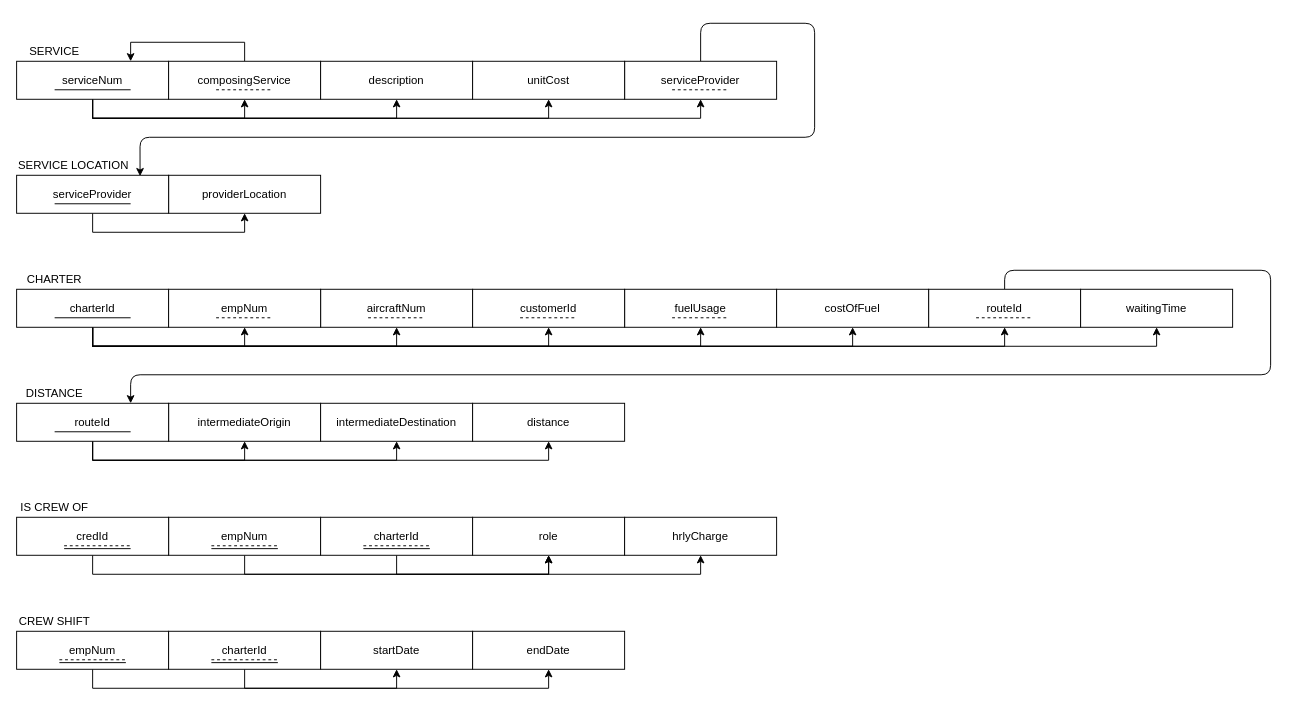
Before: page "Version 2" (2 of 2) of Assignments/Assignment_Code/A3/Relational_Diagram.drawio in vilavpolara/COMP2521_Labs_Assignments, a draw.io diagram. Source tidied: cells renumbered, new cells numbered last; positions are measured from the earlier drawing's top-left corner, leaving out a move shared by most shapes. Both pictures are drawn from the tidied source at 95%, with x=0, y=0 at pixel (16, 23).
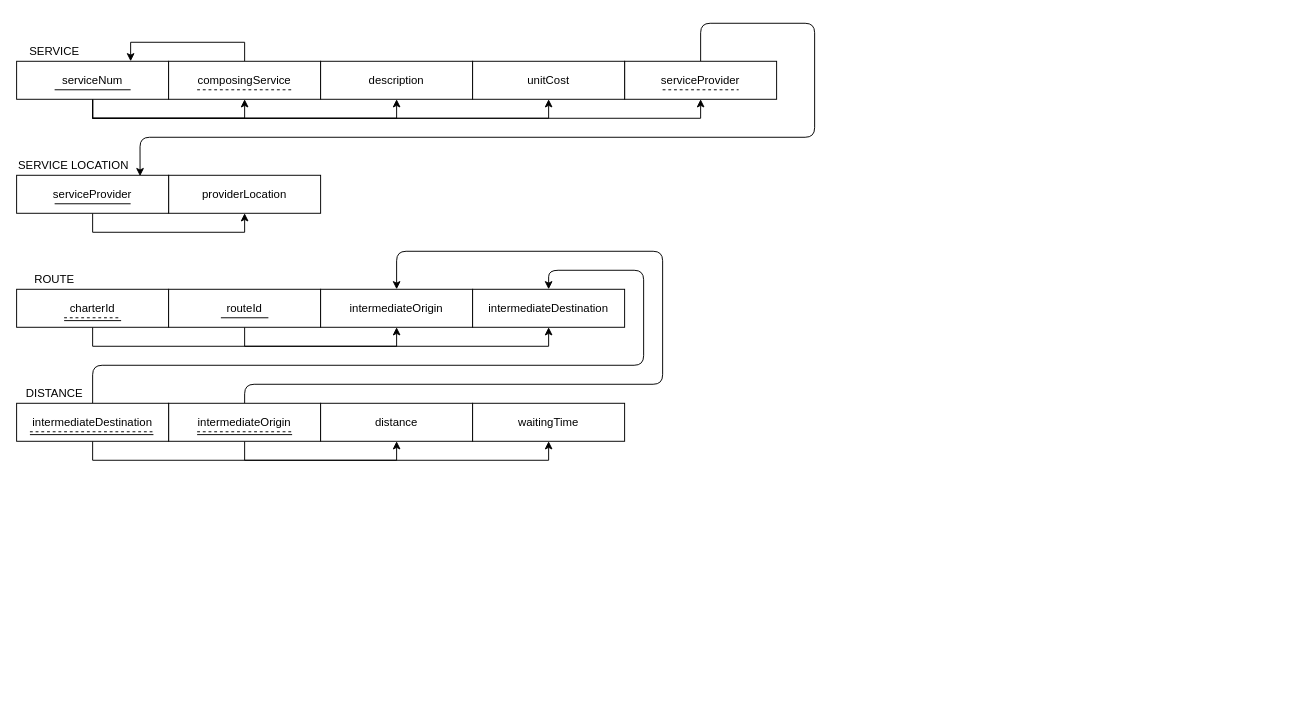
The same diagram, later.

Change to the diagram source:
```diff
@@
     <mxCell id="10" style="endArrow=none;dashed=1;html=1;rounded=0;" parent="1" edge="1">
       <mxGeometry relative="1" as="geometry">
-        <mxPoint x="210" y="70" as="sourcePoint" />
-        <mxPoint x="270" y="70" as="targetPoint" />
+        <mxPoint x="190" y="70" as="sourcePoint" />
+        <mxPoint x="290" y="70" as="targetPoint" />
       </mxGeometry>
     </mxCell>
@@
-    <mxCell id="16" style="edgeStyle=orthogonalEdgeStyle;rounded=0;jettySize=auto;html=1;exitX=0.5;exitY=1;exitDx=0;exitDy=0;entryX=0.5;entryY=1;entryDx=0;entryDy=0;" parent="1" edge="1" source="23" target="30">
-      <mxGeometry relative="1" as="geometry">
-        <Array as="points">
-          <mxPoint x="80" y="340" />
-          <mxPoint x="240" y="340" />
-        </Array>
-      </mxGeometry>
-    </mxCell>
-    <mxCell id="17" style="edgeStyle=orthogonalEdgeStyle;rounded=0;jettySize=auto;html=1;exitX=0.5;exitY=1;exitDx=0;exitDy=0;entryX=0.5;entryY=1;entryDx=0;entryDy=0;" parent="1" edge="1" source="23" target="28">
-      <mxGeometry relative="1" as="geometry">
-        <Array as="points">
-          <mxPoint x="80" y="340" />
-          <mxPoint x="400" y="340" />
-        </Array>
-      </mxGeometry>
-    </mxCell>
-    <mxCell id="18" style="edgeStyle=orthogonalEdgeStyle;rounded=0;jettySize=auto;html=1;exitX=0.5;exitY=1;exitDx=0;exitDy=0;entryX=0.5;entryY=1;entryDx=0;entryDy=0;" parent="1" edge="1" source="23" target="33">
-      <mxGeometry relative="1" as="geometry">
-        <Array as="points">
-          <mxPoint x="80" y="340" />
-          <mxPoint x="560" y="340" />
-        </Array>
-      </mxGeometry>
-    </mxCell>
-    <mxCell id="19" style="edgeStyle=orthogonalEdgeStyle;rounded=0;jettySize=auto;html=1;exitX=0.5;exitY=1;exitDx=0;exitDy=0;entryX=0.5;entryY=1;entryDx=0;entryDy=0;" parent="1" edge="1" source="23" target="24">
-      <mxGeometry relative="1" as="geometry">
-        <Array as="points">
-          <mxPoint x="80" y="340" />
-          <mxPoint x="720" y="340" />
-        </Array>
-      </mxGeometry>
-    </mxCell>
-    <mxCell id="20" style="edgeStyle=orthogonalEdgeStyle;rounded=0;jettySize=auto;html=1;exitX=0.5;exitY=1;exitDx=0;exitDy=0;entryX=0.5;entryY=1;entryDx=0;entryDy=0;" parent="1" edge="1" source="23" target="58">
-      <mxGeometry relative="1" as="geometry">
-        <Array as="points">
-          <mxPoint x="80" y="340" />
-          <mxPoint x="880" y="340" />
-        </Array>
-      </mxGeometry>
-    </mxCell>
-    <mxCell id="21" style="edgeStyle=orthogonalEdgeStyle;rounded=0;jettySize=auto;html=1;exitX=0.5;exitY=1;exitDx=0;exitDy=0;entryX=0.5;entryY=1;entryDx=0;entryDy=0;" parent="1" edge="1" source="23">
-      <mxGeometry relative="1" as="geometry">
-        <mxPoint x="1040" y="320" as="targetPoint" />
-        <Array as="points">
-          <mxPoint x="80" y="340" />
-          <mxPoint x="1040" y="340" />
-        </Array>
-      </mxGeometry>
-    </mxCell>
-    <mxCell id="22" style="edgeStyle=orthogonalEdgeStyle;rounded=0;jettySize=auto;html=1;exitX=0.5;exitY=1;exitDx=0;exitDy=0;entryX=0.5;entryY=1;entryDx=0;entryDy=0;" parent="1" edge="1" source="23" target="65">
-      <mxGeometry relative="1" as="geometry" />
-    </mxCell>
-    <mxCell id="23" value="charterId" style="rounded=0;whiteSpace=wrap;html=1;" parent="1" vertex="1">
-      <mxGeometry y="280" width="160" height="40" as="geometry" />
-    </mxCell>
-    <mxCell id="24" value="fuelUsage" style="rounded=0;whiteSpace=wrap;html=1;" parent="1" vertex="1">
-      <mxGeometry x="640" y="280" width="160" height="40" as="geometry" />
-    </mxCell>
-    <mxCell id="25" style="edgeStyle=orthogonalEdgeStyle;rounded=1;jettySize=auto;html=1;exitX=0.5;exitY=0;exitDx=0;exitDy=0;entryX=0.75;entryY=0;entryDx=0;entryDy=0;curved=0;" parent="1" edge="1" source="26" target="70">
-      <mxGeometry relative="1" as="geometry">
-        <Array as="points">
-          <mxPoint x="1040" y="260" />
-          <mxPoint x="1320" y="260" />
-          <mxPoint x="1320" y="370" />
-          <mxPoint x="120" y="370" />
-        </Array>
-      </mxGeometry>
-    </mxCell>
-    <mxCell id="26" value="routeId" style="rounded=0;whiteSpace=wrap;html=1;" parent="1" vertex="1">
-      <mxGeometry x="960" y="280" width="160" height="40" as="geometry" />
-    </mxCell>
-    <mxCell id="27" style="endArrow=none;html=1;rounded=0;strokeWidth=1;" parent="1" edge="1">
-      <mxGeometry relative="1" as="geometry">
-        <mxPoint x="40" y="310" as="sourcePoint" />
-        <mxPoint x="120" y="310" as="targetPoint" />
-      </mxGeometry>
-    </mxCell>
-    <mxCell id="28" value="aircraftNum" style="rounded=0;whiteSpace=wrap;html=1;" parent="1" vertex="1">
-      <mxGeometry x="320" y="280" width="160" height="40" as="geometry" />
-    </mxCell>
-    <mxCell id="29" style="endArrow=none;dashed=1;html=1;rounded=0;" parent="1" edge="1">
-      <mxGeometry relative="1" as="geometry">
-        <mxPoint x="370" y="310" as="sourcePoint" />
-        <mxPoint x="430" y="310" as="targetPoint" />
-      </mxGeometry>
-    </mxCell>
-    <mxCell id="30" value="empNum" style="rounded=0;whiteSpace=wrap;html=1;" parent="1" vertex="1">
-      <mxGeometry x="160" y="280" width="160" height="40" as="geometry" />
-    </mxCell>
-    <mxCell id="31" style="endArrow=none;dashed=1;html=1;rounded=0;" parent="1" edge="1">
-      <mxGeometry relative="1" as="geometry">
-        <mxPoint x="210" y="310" as="sourcePoint" />
-        <mxPoint x="270" y="310" as="targetPoint" />
-      </mxGeometry>
-    </mxCell>
-    <mxCell id="32" value="CHARTER" style="text;html=1;whiteSpace=wrap;strokeColor=none;fillColor=none;align=center;verticalAlign=middle;rounded=0;" parent="1" vertex="1">
-      <mxGeometry y="260" width="80" height="20" as="geometry" />
-    </mxCell>
-    <mxCell id="33" value="customerId" style="rounded=0;whiteSpace=wrap;html=1;" parent="1" vertex="1">
-      <mxGeometry x="480" y="280" width="160" height="40" as="geometry" />
-    </mxCell>
-    <mxCell id="34" style="endArrow=none;dashed=1;html=1;rounded=0;" parent="1" edge="1">
-      <mxGeometry relative="1" as="geometry">
-        <mxPoint x="530" y="310" as="sourcePoint" />
-        <mxPoint x="590" y="310" as="targetPoint" />
-      </mxGeometry>
-    </mxCell>
-    <mxCell id="35" style="edgeStyle=orthogonalEdgeStyle;rounded=0;jettySize=auto;html=1;exitX=0.5;exitY=1;exitDx=0;exitDy=0;entryX=0.5;entryY=1;entryDx=0;entryDy=0;" parent="1" edge="1" source="36" target="50">
-      <mxGeometry relative="1" as="geometry" />
-    </mxCell>
-    <mxCell id="36" value="empNum" style="rounded=0;whiteSpace=wrap;html=1;" parent="1" vertex="1">
-      <mxGeometry x="160" y="520" width="160" height="40" as="geometry" />
-    </mxCell>
-    <mxCell id="37" style="edgeStyle=orthogonalEdgeStyle;rounded=0;jettySize=auto;html=1;exitX=0.5;exitY=1;exitDx=0;exitDy=0;entryX=0.5;entryY=1;entryDx=0;entryDy=0;" parent="1" edge="1" source="38" target="50">
-      <mxGeometry relative="1" as="geometry" />
-    </mxCell>
-    <mxCell id="38" value="charterId" style="rounded=0;whiteSpace=wrap;html=1;" parent="1" vertex="1">
-      <mxGeometry x="320" y="520" width="160" height="40" as="geometry" />
-    </mxCell>
-    <mxCell id="39" style="edgeStyle=orthogonalEdgeStyle;rounded=0;jettySize=auto;html=1;exitX=0.5;exitY=1;exitDx=0;exitDy=0;entryX=0.5;entryY=1;entryDx=0;entryDy=0;" parent="1" edge="1" source="40" target="51">
-      <mxGeometry relative="1" as="geometry" />
-    </mxCell>
-    <mxCell id="40" value="credId" style="rounded=0;whiteSpace=wrap;html=1;" parent="1" vertex="1">
-      <mxGeometry y="520" width="160" height="40" as="geometry" />
-    </mxCell>
-    <mxCell id="41" style="group;" parent="1" vertex="1">
-      <mxGeometry x="205" y="550" width="70" height="3" as="geometry" />
-    </mxCell>
-    <mxCell id="42" style="endArrow=none;html=1;rounded=0;strokeWidth=1;" parent="41" edge="1">
-      <mxGeometry relative="1" as="geometry">
-        <mxPoint y="3" as="sourcePoint" />
-        <mxPoint x="70" y="3" as="targetPoint" />
-      </mxGeometry>
-    </mxCell>
-    <mxCell id="43" style="endArrow=none;dashed=1;html=1;rounded=0;" parent="41" edge="1">
-      <mxGeometry relative="1" as="geometry">
-        <mxPoint as="sourcePoint" />
-        <mxPoint x="70" as="targetPoint" />
-      </mxGeometry>
-    </mxCell>
-    <mxCell id="44" style="group;" parent="1" vertex="1">
-      <mxGeometry x="365" y="550" width="70" height="3" as="geometry" />
-    </mxCell>
-    <mxCell id="45" style="endArrow=none;html=1;rounded=0;strokeWidth=1;" parent="44" edge="1">
-      <mxGeometry relative="1" as="geometry">
-        <mxPoint y="3" as="sourcePoint" />
-        <mxPoint x="70" y="3" as="targetPoint" />
-      </mxGeometry>
-    </mxCell>
-    <mxCell id="46" style="endArrow=none;dashed=1;html=1;rounded=0;" parent="44" edge="1">
-      <mxGeometry relative="1" as="geometry">
-        <mxPoint as="sourcePoint" />
-        <mxPoint x="70" as="targetPoint" />
-      </mxGeometry>
-    </mxCell>
-    <mxCell id="47" style="group;" parent="1" vertex="1">
-      <mxGeometry x="50" y="550" width="70" height="3" as="geometry" />
-    </mxCell>
-    <mxCell id="48" style="endArrow=none;html=1;rounded=0;strokeWidth=1;" parent="47" edge="1">
-      <mxGeometry relative="1" as="geometry">
-        <mxPoint y="3" as="sourcePoint" />
-        <mxPoint x="70" y="3" as="targetPoint" />
-      </mxGeometry>
-    </mxCell>
-    <mxCell id="49" style="endArrow=none;dashed=1;html=1;rounded=0;" parent="47" edge="1">
-      <mxGeometry relative="1" as="geometry">
-        <mxPoint as="sourcePoint" />
-        <mxPoint x="70" as="targetPoint" />
-      </mxGeometry>
-    </mxCell>
-    <mxCell id="50" value="role" style="rounded=0;whiteSpace=wrap;html=1;" parent="1" vertex="1">
-      <mxGeometry x="480" y="520" width="160" height="40" as="geometry" />
-    </mxCell>
-    <mxCell id="51" value="hrlyCharge" style="rounded=0;whiteSpace=wrap;html=1;" parent="1" vertex="1">
-      <mxGeometry x="640" y="520" width="160" height="40" as="geometry" />
-    </mxCell>
-    <mxCell id="52" value="IS CREW OF" style="text;html=1;whiteSpace=wrap;strokeColor=none;fillColor=none;align=center;verticalAlign=middle;rounded=0;" parent="1" vertex="1">
-      <mxGeometry y="500" width="80" height="20" as="geometry" />
-    </mxCell>
@@
-    <mxCell id="58" value="costOfFuel" style="rounded=0;whiteSpace=wrap;html=1;" parent="1" vertex="1">
-      <mxGeometry x="800" y="280" width="160" height="40" as="geometry" />
-    </mxCell>
-    <mxCell id="59" value="intermediateOrigin" style="rounded=0;whiteSpace=wrap;html=1;" parent="1" vertex="1">
-      <mxGeometry x="160" y="400" width="160" height="40" as="geometry" />
-    </mxCell>
-    <mxCell id="60" value="intermediateDestination" style="rounded=0;whiteSpace=wrap;html=1;" parent="1" vertex="1">
-      <mxGeometry x="320" y="400" width="160" height="40" as="geometry" />
-    </mxCell>
+    <mxCell id="63" style="endArrow=none;dashed=1;html=1;rounded=0;" parent="1" edge="1">
+      <mxGeometry relative="1" as="geometry">
+        <mxPoint x="680" y="70" as="sourcePoint" />
+        <mxPoint x="760" y="70" as="targetPoint" />
+      </mxGeometry>
+    </mxCell>
+    <mxCell id="85" style="edgeStyle=orthogonalEdgeStyle;rounded=0;jettySize=auto;html=1;exitX=0.5;exitY=1;exitDx=0;exitDy=0;entryX=0.5;entryY=1;entryDx=0;entryDy=0;" parent="1" edge="1" source="86" target="89">
+      <mxGeometry relative="1" as="geometry">
+        <Array as="points">
+          <mxPoint x="80" y="340" />
+          <mxPoint x="400" y="340" />
+        </Array>
+      </mxGeometry>
+    </mxCell>
+    <mxCell id="86" value="charterId" style="rounded=0;whiteSpace=wrap;html=1;" parent="1" vertex="1">
+      <mxGeometry y="280" width="160" height="40" as="geometry" />
+    </mxCell>
+    <mxCell id="87" style="edgeStyle=orthogonalEdgeStyle;rounded=0;jettySize=auto;html=1;exitX=0.5;exitY=1;exitDx=0;exitDy=0;entryX=0.5;entryY=1;entryDx=0;entryDy=0;" parent="1" edge="1" source="88" target="90">
+      <mxGeometry relative="1" as="geometry">
+        <Array as="points">
+          <mxPoint x="240" y="340" />
+          <mxPoint x="560" y="340" />
+        </Array>
+      </mxGeometry>
+    </mxCell>
+    <mxCell id="88" value="routeId" style="rounded=0;whiteSpace=wrap;html=1;" parent="1" vertex="1">
+      <mxGeometry x="160" y="280" width="160" height="40" as="geometry" />
+    </mxCell>
+    <mxCell id="89" value="intermediateOrigin" style="rounded=0;whiteSpace=wrap;html=1;" parent="1" vertex="1">
+      <mxGeometry x="320" y="280" width="160" height="40" as="geometry" />
+    </mxCell>
+    <mxCell id="90" value="intermediateDestination" style="rounded=0;whiteSpace=wrap;html=1;" parent="1" vertex="1">
+      <mxGeometry x="480" y="280" width="160" height="40" as="geometry" />
+    </mxCell>
+    <mxCell id="91" style="group;" parent="1" vertex="1">
+      <mxGeometry x="50" y="310" width="60" height="3" as="geometry" />
+    </mxCell>
+    <mxCell id="92" style="endArrow=none;html=1;rounded=0;strokeWidth=1;" parent="91" edge="1">
+      <mxGeometry relative="1" as="geometry">
+        <mxPoint y="3" as="sourcePoint" />
+        <mxPoint x="60" y="3" as="targetPoint" />
+      </mxGeometry>
+    </mxCell>
+    <mxCell id="93" style="endArrow=none;dashed=1;html=1;rounded=0;" parent="91" edge="1">
+      <mxGeometry relative="1" as="geometry">
+        <mxPoint as="sourcePoint" />
+        <mxPoint x="60" as="targetPoint" />
+      </mxGeometry>
+    </mxCell>
+    <mxCell id="94" style="endArrow=none;html=1;rounded=0;strokeWidth=1;" parent="1" edge="1">
+      <mxGeometry relative="1" as="geometry">
+        <mxPoint x="215" y="310" as="sourcePoint" />
+        <mxPoint x="265" y="310" as="targetPoint" />
+      </mxGeometry>
+    </mxCell>
+    <mxCell id="95" value="ROUTE" style="text;html=1;whiteSpace=wrap;strokeColor=none;fillColor=none;align=center;verticalAlign=middle;rounded=0;" parent="1" vertex="1">
+      <mxGeometry y="260" width="80" height="20" as="geometry" />
+    </mxCell>
+    <mxCell id="62" value="DISTANCE" style="text;html=1;whiteSpace=wrap;strokeColor=none;fillColor=none;align=center;verticalAlign=middle;rounded=0;" parent="1" vertex="1">
+      <mxGeometry y="380" width="80" height="20" as="geometry" />
+    </mxCell>
+    <mxCell id="96" style="edgeStyle=orthogonalEdgeStyle;rounded=1;jettySize=auto;html=1;exitX=0.5;exitY=0;exitDx=0;exitDy=0;entryX=0.5;entryY=0;entryDx=0;entryDy=0;curved=0;" parent="1" edge="1" source="98" target="89">
+      <mxGeometry relative="1" as="geometry">
+        <Array as="points">
+          <mxPoint x="240" y="380" />
+          <mxPoint x="680" y="380" />
+          <mxPoint x="680" y="240" />
+          <mxPoint x="400" y="240" />
+        </Array>
+      </mxGeometry>
+    </mxCell>
+    <mxCell id="97" style="edgeStyle=orthogonalEdgeStyle;rounded=0;jettySize=auto;html=1;exitX=0.5;exitY=1;exitDx=0;exitDy=0;entryX=0.5;entryY=1;entryDx=0;entryDy=0;" parent="1" edge="1" source="98" target="65">
+      <mxGeometry relative="1" as="geometry" />
+    </mxCell>
+    <mxCell id="98" value="intermediateOrigin" style="rounded=0;whiteSpace=wrap;html=1;" parent="1" vertex="1">
+      <mxGeometry x="160" y="400" width="160" height="40" as="geometry" />
+    </mxCell>
+    <mxCell id="99" style="edgeStyle=orthogonalEdgeStyle;rounded=1;jettySize=auto;html=1;exitX=0.5;exitY=0;exitDx=0;exitDy=0;entryX=0.5;entryY=0;entryDx=0;entryDy=0;curved=0;" parent="1" edge="1" source="101" target="90">
+      <mxGeometry relative="1" as="geometry">
+        <Array as="points">
+          <mxPoint x="80" y="360" />
+          <mxPoint x="660" y="360" />
+          <mxPoint x="660" y="260" />
+          <mxPoint x="560" y="260" />
+        </Array>
+      </mxGeometry>
+    </mxCell>
+    <mxCell id="100" style="edgeStyle=orthogonalEdgeStyle;rounded=0;jettySize=auto;html=1;exitX=0.5;exitY=1;exitDx=0;exitDy=0;entryX=0.5;entryY=1;entryDx=0;entryDy=0;" parent="1" edge="1" source="101" target="61">
+      <mxGeometry relative="1" as="geometry" />
+    </mxCell>
+    <mxCell id="101" value="intermediateDestination" style="rounded=0;whiteSpace=wrap;html=1;" parent="1" vertex="1">
+      <mxGeometry y="400" width="160" height="40" as="geometry" />
+    </mxCell>
     <mxCell id="61" value="distance" style="rounded=0;whiteSpace=wrap;html=1;" parent="1" vertex="1">
-      <mxGeometry x="480" y="400" width="160" height="40" as="geometry" />
+      <mxGeometry x="320" y="400" width="160" height="40" as="geometry" />
     </mxCell>
-    <mxCell id="62" value="DISTANCE" style="text;html=1;whiteSpace=wrap;strokeColor=none;fillColor=none;align=center;verticalAlign=middle;rounded=0;" parent="1" vertex="1">
-      <mxGeometry y="380" width="80" height="20" as="geometry" />
-    </mxCell>
-    <mxCell id="63" style="endArrow=none;dashed=1;html=1;rounded=0;" parent="1" edge="1">
-      <mxGeometry relative="1" as="geometry">
-        <mxPoint x="690" y="70" as="sourcePoint" />
-        <mxPoint x="750" y="70" as="targetPoint" />
-      </mxGeometry>
-    </mxCell>
-    <mxCell id="64" style="endArrow=none;dashed=1;html=1;rounded=0;" parent="1" edge="1">
-      <mxGeometry relative="1" as="geometry">
-        <mxPoint x="690" y="310" as="sourcePoint" />
-        <mxPoint x="750" y="310" as="targetPoint" />
-      </mxGeometry>
-    </mxCell>
     <mxCell id="65" value="waitingTime" style="rounded=0;whiteSpace=wrap;html=1;" parent="1" vertex="1">
-      <mxGeometry x="1120" y="280" width="160" height="40" as="geometry" />
+      <mxGeometry x="480" y="400" width="160" height="40" as="geometry" />
     </mxCell>
-    <mxCell id="66" style="endArrow=none;dashed=1;html=1;rounded=0;" parent="1" edge="1">
-      <mxGeometry relative="1" as="geometry">
-        <mxPoint x="1010" y="310" as="sourcePoint" />
-        <mxPoint x="1070" y="310" as="targetPoint" />
-      </mxGeometry>
-    </mxCell>
-    <mxCell id="67" style="edgeStyle=orthogonalEdgeStyle;rounded=0;jettySize=auto;html=1;exitX=0.5;exitY=1;exitDx=0;exitDy=0;entryX=0.5;entryY=1;entryDx=0;entryDy=0;" parent="1" edge="1" source="70" target="59">
-      <mxGeometry relative="1" as="geometry" />
-    </mxCell>
-    <mxCell id="68" style="edgeStyle=orthogonalEdgeStyle;rounded=0;jettySize=auto;html=1;exitX=0.5;exitY=1;exitDx=0;exitDy=0;entryX=0.5;entryY=1;entryDx=0;entryDy=0;" parent="1" edge="1" source="70" target="60">
-      <mxGeometry relative="1" as="geometry" />
-    </mxCell>
-    <mxCell id="69" style="edgeStyle=orthogonalEdgeStyle;rounded=0;jettySize=auto;html=1;exitX=0.5;exitY=1;exitDx=0;exitDy=0;entryX=0.5;entryY=1;entryDx=0;entryDy=0;" parent="1" edge="1" source="70" target="61">
-      <mxGeometry relative="1" as="geometry" />
-    </mxCell>
-    <mxCell id="70" value="routeId" style="rounded=0;whiteSpace=wrap;html=1;" parent="1" vertex="1">
-      <mxGeometry y="400" width="160" height="40" as="geometry" />
-    </mxCell>
-    <mxCell id="71" style="endArrow=none;html=1;rounded=0;strokeWidth=1;" parent="1" edge="1">
-      <mxGeometry relative="1" as="geometry">
-        <mxPoint x="40" y="430" as="sourcePoint" />
-        <mxPoint x="120" y="430" as="targetPoint" />
-      </mxGeometry>
-    </mxCell>
-    <mxCell id="72" style="edgeStyle=orthogonalEdgeStyle;rounded=0;jettySize=auto;html=1;exitX=0.5;exitY=1;exitDx=0;exitDy=0;entryX=0.5;entryY=1;entryDx=0;entryDy=0;" parent="1" edge="1" source="73" target="77">
-      <mxGeometry relative="1" as="geometry" />
-    </mxCell>
-    <mxCell id="73" value="empNum" style="rounded=0;whiteSpace=wrap;html=1;" parent="1" vertex="1">
-      <mxGeometry y="640" width="160" height="40" as="geometry" />
-    </mxCell>
-    <mxCell id="74" style="edgeStyle=orthogonalEdgeStyle;rounded=0;jettySize=auto;html=1;exitX=0.5;exitY=1;exitDx=0;exitDy=0;entryX=0.5;entryY=1;entryDx=0;entryDy=0;" parent="1" edge="1" source="75" target="76">
-      <mxGeometry relative="1" as="geometry" />
-    </mxCell>
-    <mxCell id="75" value="charterId" style="rounded=0;whiteSpace=wrap;html=1;" parent="1" vertex="1">
-      <mxGeometry x="160" y="640" width="160" height="40" as="geometry" />
-    </mxCell>
-    <mxCell id="76" value="startDate" style="rounded=0;whiteSpace=wrap;html=1;" parent="1" vertex="1">
-      <mxGeometry x="320" y="640" width="160" height="40" as="geometry" />
-    </mxCell>
-    <mxCell id="77" value="endDate" style="rounded=0;whiteSpace=wrap;html=1;" parent="1" vertex="1">
-      <mxGeometry x="480" y="640" width="160" height="40" as="geometry" />
-    </mxCell>
-    <mxCell id="78" value="CREW SHIFT" style="text;html=1;whiteSpace=wrap;strokeColor=none;fillColor=none;align=center;verticalAlign=middle;rounded=0;" parent="1" vertex="1">
-      <mxGeometry y="620" width="80" height="20" as="geometry" />
-    </mxCell>
-    <mxCell id="79" style="group;" parent="1" vertex="1">
-      <mxGeometry x="45" y="670" width="70" height="3" as="geometry" />
-    </mxCell>
-    <mxCell id="80" style="endArrow=none;html=1;rounded=0;strokeWidth=1;" parent="79" edge="1">
-      <mxGeometry relative="1" as="geometry">
-        <mxPoint y="3" as="sourcePoint" />
-        <mxPoint x="70" y="3" as="targetPoint" />
-      </mxGeometry>
-    </mxCell>
-    <mxCell id="81" style="endArrow=none;dashed=1;html=1;rounded=0;" parent="79" edge="1">
-      <mxGeometry relative="1" as="geometry">
-        <mxPoint as="sourcePoint" />
-        <mxPoint x="70" as="targetPoint" />
-      </mxGeometry>
-    </mxCell>
-    <mxCell id="82" style="group;" parent="1" vertex="1">
-      <mxGeometry x="205" y="670" width="70" height="3" as="geometry" />
-    </mxCell>
-    <mxCell id="83" style="endArrow=none;html=1;rounded=0;strokeWidth=1;" parent="82" edge="1">
-      <mxGeometry relative="1" as="geometry">
-        <mxPoint y="3" as="sourcePoint" />
-        <mxPoint x="70" y="3" as="targetPoint" />
-      </mxGeometry>
-    </mxCell>
-    <mxCell id="84" style="endArrow=none;dashed=1;html=1;rounded=0;" parent="82" edge="1">
-      <mxGeometry relative="1" as="geometry">
-        <mxPoint as="sourcePoint" />
-        <mxPoint x="70" as="targetPoint" />
-      </mxGeometry>
-    </mxCell>
+    <mxCell id="102" style="group;" parent="1" vertex="1">
+      <mxGeometry x="14" y="430" width="130" height="3" as="geometry" />
+    </mxCell>
+    <mxCell id="103" style="endArrow=none;html=1;rounded=0;strokeWidth=1;" parent="102" edge="1">
+      <mxGeometry relative="1" as="geometry">
+        <mxPoint y="3" as="sourcePoint" />
+        <mxPoint x="130" y="3" as="targetPoint" />
+      </mxGeometry>
+    </mxCell>
+    <mxCell id="104" style="endArrow=none;dashed=1;html=1;rounded=0;" parent="102" edge="1">
+      <mxGeometry relative="1" as="geometry">
+        <mxPoint as="sourcePoint" />
+        <mxPoint x="130" as="targetPoint" />
+      </mxGeometry>
+    </mxCell>
+    <mxCell id="105" style="group;" parent="1" vertex="1">
+      <mxGeometry x="190" y="430" width="100" height="3" as="geometry" />
+    </mxCell>
+    <mxCell id="106" style="endArrow=none;html=1;rounded=0;strokeWidth=1;" parent="105" edge="1">
+      <mxGeometry relative="1" as="geometry">
+        <mxPoint y="3" as="sourcePoint" />
+        <mxPoint x="100" y="3" as="targetPoint" />
+      </mxGeometry>
+    </mxCell>
+    <mxCell id="107" style="endArrow=none;dashed=1;html=1;rounded=0;" parent="105" edge="1">
+      <mxGeometry relative="1" as="geometry">
+        <mxPoint as="sourcePoint" />
+        <mxPoint x="100" as="targetPoint" />
+      </mxGeometry>
+    </mxCell>
```
